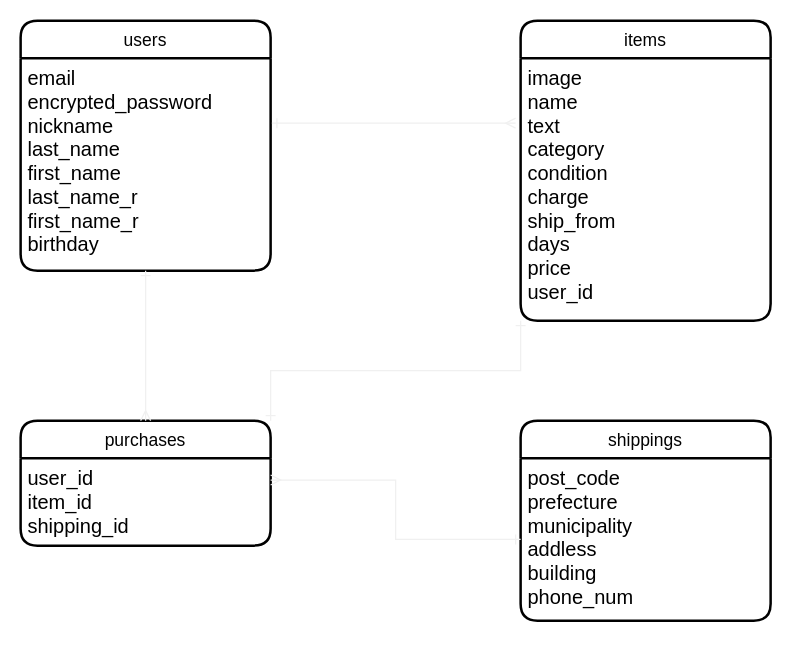
This is er.dio from jinkeipooh/furima-35952, a draw.io file, before an edit. Source tidied: cells renumbered, new cells numbered last; positions are measured from the earlier drawing's top-left corner, leaving out a move shared by most shapes. Both pictures are drawn from the tidied source at 125%, with x=0, y=0 at pixel (20, 20).
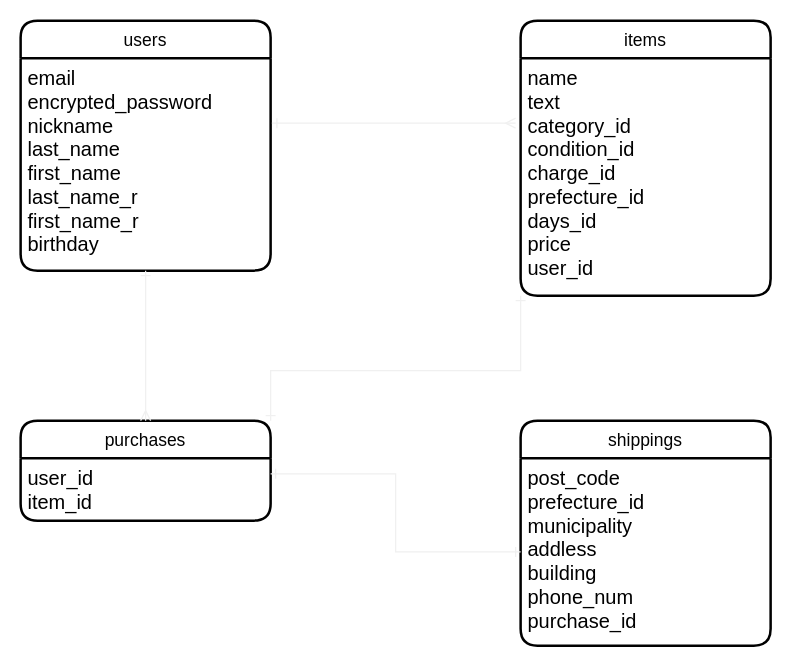
The same page after the edit.

Commit message (it also covers changes not shown here):
データベース設計修正

The edit, as a diff of the source:
```diff
@@
 <mxGraphModel>
   <root>
     <mxCell id="0" />
     <mxCell id="1" parent="0" />
     <mxCell id="2" value="users" style="swimlane;horizontal=1;startSize=30;rounded=1;fontSize=14;fontStyle=0;strokeWidth=2;shadow=0;dashed=0;align=center;" parent="1" vertex="1">
       <mxGeometry width="200" height="200" as="geometry" />
     </mxCell>
     <mxCell id="3" value="email&#10;encrypted_password&#10;nickname&#10;last_name&#10;first_name&#10;last_name_r&#10;first_name_r&#10;birthday" style="align=left;strokeColor=none;fillColor=none;spacingLeft=4;fontSize=16;verticalAlign=top;" parent="2" vertex="1">
       <mxGeometry y="30" width="200" height="170" as="geometry" />
     </mxCell>
     <mxCell id="4" value="items" style="swimlane;horizontal=1;startSize=30;rounded=1;fontSize=14;fontStyle=0;strokeWidth=2;shadow=0;dashed=0;align=center;" parent="1" vertex="1">
-      <mxGeometry x="400" width="200" height="240" as="geometry" />
+      <mxGeometry x="400" width="200" height="220" as="geometry" />
     </mxCell>
-    <mxCell id="5" value="image&#10;name&#10;text&#10;category&#10;condition&#10;charge&#10;ship_from&#10;days&#10;price&#10;user_id&#10;&#10;" style="align=left;strokeColor=none;fillColor=none;spacingLeft=4;fontSize=16;verticalAlign=top;" parent="4" vertex="1">
-      <mxGeometry y="30" width="200" height="210" as="geometry" />
+    <mxCell id="5" value="name&#10;text&#10;category_id&#10;condition_id&#10;charge_id&#10;prefecture_id&#10;days_id&#10;price&#10;user_id&#10;&#10;" style="align=left;strokeColor=none;fillColor=none;spacingLeft=4;fontSize=16;verticalAlign=top;" parent="4" vertex="1">
+      <mxGeometry y="30" width="200" height="190" as="geometry" />
     </mxCell>
     <mxCell id="6" value="shippings" style="swimlane;horizontal=1;startSize=30;rounded=1;fontSize=14;fontStyle=0;strokeWidth=2;shadow=0;dashed=0;align=center;" parent="1" vertex="1">
-      <mxGeometry x="400" y="320" width="200" height="160" as="geometry" />
+      <mxGeometry x="400" y="320" width="200" height="180" as="geometry" />
     </mxCell>
-    <mxCell id="7" value="post_code&#10;prefecture&#10;municipality&#10;addless&#10;building&#10;phone_num" style="align=left;strokeColor=none;fillColor=none;spacingLeft=4;fontSize=16;verticalAlign=top;" parent="6" vertex="1">
-      <mxGeometry y="30" width="200" height="130" as="geometry" />
+    <mxCell id="7" value="post_code&#10;prefecture_id&#10;municipality&#10;addless&#10;building&#10;phone_num&#10;purchase_id" style="align=left;strokeColor=none;fillColor=none;spacingLeft=4;fontSize=16;verticalAlign=top;" parent="6" vertex="1">
+      <mxGeometry y="30" width="200" height="150" as="geometry" />
     </mxCell>
     <mxCell id="8" value="purchases" style="swimlane;horizontal=1;startSize=30;rounded=1;fontSize=14;fontStyle=0;strokeWidth=2;shadow=0;dashed=0;align=center;" parent="1" vertex="1">
-      <mxGeometry y="320" width="200" height="100" as="geometry" />
+      <mxGeometry y="320" width="200" height="80" as="geometry" />
     </mxCell>
-    <mxCell id="9" value="user_id&#10;item_id&#10;shipping_id" style="align=left;strokeColor=none;fillColor=none;spacingLeft=4;fontSize=16;verticalAlign=top;" parent="8" vertex="1">
-      <mxGeometry y="30" width="200" height="70" as="geometry" />
+    <mxCell id="9" value="user_id&#10;item_id" style="align=left;strokeColor=none;fillColor=none;spacingLeft=4;fontSize=16;verticalAlign=top;" parent="8" vertex="1">
+      <mxGeometry y="30" width="200" height="50" as="geometry" />
     </mxCell>
     <mxCell id="10" style="edgeStyle=orthogonalEdgeStyle;jettySize=auto;html=1;exitX=1.005;exitY=0.306;exitDx=0;exitDy=0;fontSize=16;targetPerimeterSpacing=0;startArrow=ERone;startFill=0;endArrow=ERmany;endFill=0;strokeWidth=1;rounded=0;strokeColor=#F0F0F0;exitPerimeter=0;" parent="1" edge="1" source="3">
       <mxGeometry relative="1" as="geometry">
         <mxPoint x="396" y="82" as="targetPoint" />
       </mxGeometry>
     </mxCell>
     <mxCell id="11" style="edgeStyle=orthogonalEdgeStyle;rounded=0;jettySize=auto;html=1;exitX=0.5;exitY=1;exitDx=0;exitDy=0;entryX=0.5;entryY=0;entryDx=0;entryDy=0;startArrow=ERone;startFill=0;endArrow=ERmany;endFill=0;targetPerimeterSpacing=0;strokeColor=#F0F0F0;strokeWidth=1;fontSize=16;" parent="1" edge="1" source="3" target="8">
       <mxGeometry relative="1" as="geometry" />
     </mxCell>
-    <mxCell id="12" style="edgeStyle=orthogonalEdgeStyle;rounded=0;jettySize=auto;html=1;exitX=0;exitY=0.5;exitDx=0;exitDy=0;entryX=1;entryY=0.25;entryDx=0;entryDy=0;startArrow=ERone;startFill=0;endArrow=ERmany;endFill=0;targetPerimeterSpacing=0;strokeColor=#F0F0F0;strokeWidth=1;fontSize=16;" parent="1" edge="1" source="7" target="9">
+    <mxCell id="12" style="edgeStyle=orthogonalEdgeStyle;rounded=0;jettySize=auto;html=1;exitX=0;exitY=0.5;exitDx=0;exitDy=0;entryX=1;entryY=0.25;entryDx=0;entryDy=0;startArrow=ERone;startFill=0;endArrow=ERone;endFill=0;targetPerimeterSpacing=0;strokeColor=#F0F0F0;strokeWidth=1;fontSize=16;" parent="1" edge="1" source="7" target="9">
       <mxGeometry relative="1" as="geometry" />
     </mxCell>
     <mxCell id="13" style="edgeStyle=orthogonalEdgeStyle;rounded=0;jettySize=auto;html=1;exitX=0;exitY=1;exitDx=0;exitDy=0;entryX=1;entryY=0;entryDx=0;entryDy=0;startArrow=ERone;startFill=0;endArrow=ERone;endFill=0;targetPerimeterSpacing=0;strokeColor=#F0F0F0;strokeWidth=1;fontSize=16;" parent="1" edge="1" source="5" target="8">
       <mxGeometry relative="1" as="geometry">
         <Array as="points">
           <mxPoint x="400" y="280" />
           <mxPoint x="200" y="280" />
         </Array>
       </mxGeometry>
     </mxCell>
   </root>
 </mxGraphModel>
```
